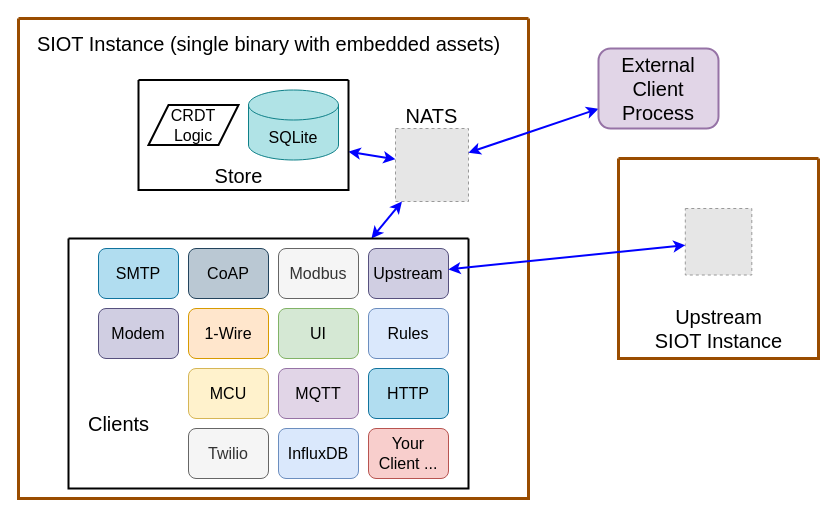
Earlier version of the draw.io diagram page "arch app" (12 of 14) of docs/diagrams.drawio (simpleiot/simpleiot). Source tidied: cells renumbered, new cells numbered last; positions are measured from the earlier drawing's top-left corner, leaving out a move shared by most shapes. Both pictures are drawn from the tidied source at 100%, with x=0, y=0 at pixel (18, 18). Pictures stored in the file or linked from it are replaced by grey dashed boxes.
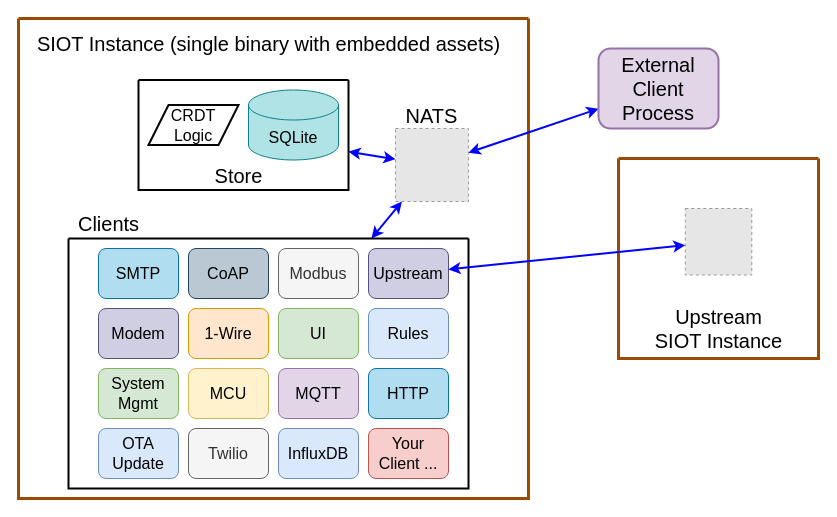
Above is the later version.

Unchanged cells that the change refers to:
```xml
<mxCell id="2" style="swimlane;startSize=0;fontSize=16;strokeWidth=3;strokeColor=#994C00;rounded=1;swimlaneLine=0;" parent="1" vertex="1">
  <mxGeometry width="510" height="480" as="geometry" />
</mxCell>
<mxCell id="10" style="swimlane;startSize=0;fontSize=16;strokeWidth=2;" parent="2" vertex="1">
  <mxGeometry x="50" y="220" width="400" height="250" as="geometry" />
</mxCell>
```

The edit, as a diff of the source:
```diff
@@
-    <mxCell id="22" value="Clients" style="text;html=1;align=center;verticalAlign=middle;strokeColor=none;fillColor=none;fontSize=20;" parent="10" vertex="1">
-      <mxGeometry x="10" y="170" width="80" height="30" as="geometry" />
-    </mxCell>
@@
+    <mxCell id="34" value="System&lt;br&gt;Mgmt" style="rounded=1;whiteSpace=wrap;html=1;fontSize=16;fillColor=#d5e8d4;strokeColor=#82b366;" parent="10" vertex="1">
+      <mxGeometry x="30" y="130" width="80" height="50" as="geometry" />
+    </mxCell>
+    <mxCell id="35" value="OTA&lt;br&gt;Update" style="rounded=1;whiteSpace=wrap;html=1;fontSize=16;fillColor=#dae8fc;strokeColor=#6c8ebf;" parent="10" vertex="1">
+      <mxGeometry x="30" y="190" width="80" height="50" as="geometry" />
+    </mxCell>
@@
+    <mxCell id="22" value="Clients" style="text;html=1;align=center;verticalAlign=middle;strokeColor=none;fillColor=none;fontSize=20;" parent="2" vertex="1">
+      <mxGeometry x="50" y="190" width="80" height="30" as="geometry" />
+    </mxCell>
```
